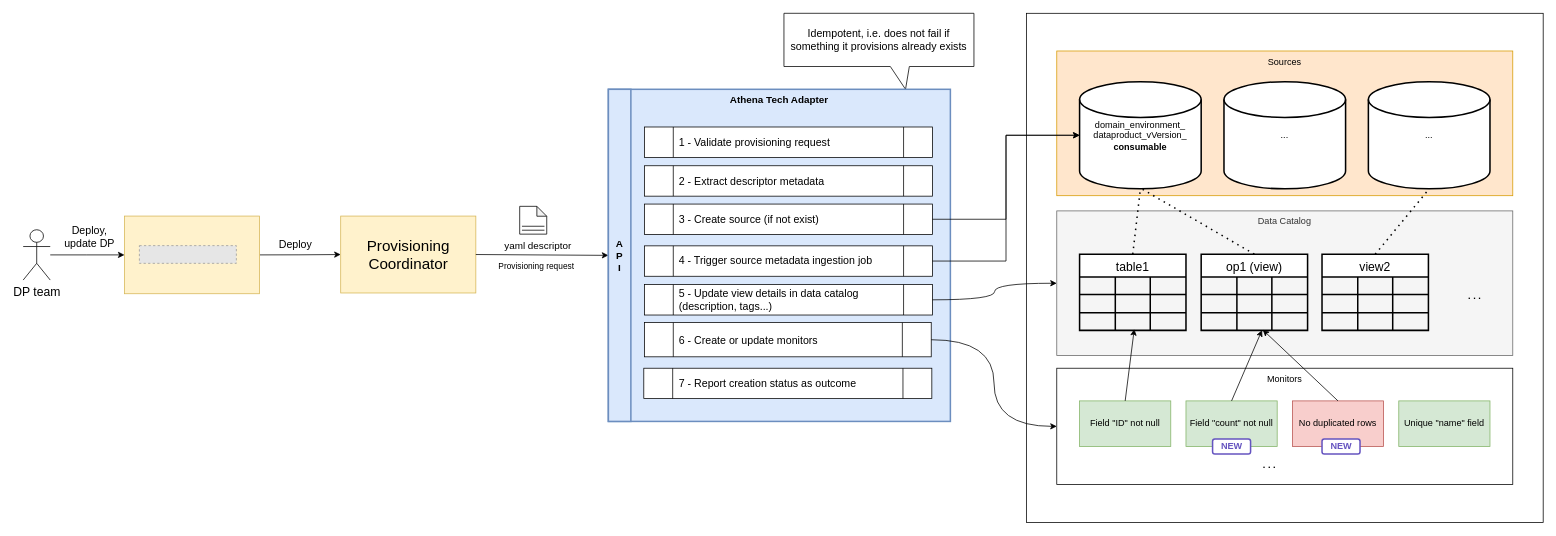
The draw.io diagram page "Provision" (1 of 2) of docs/HLD.drawio in agile-lab-dev/witboost-sifflet-tech-adapter, before the edit. Source tidied: cells renumbered, new cells numbered last; positions are measured from the earlier drawing's top-left corner, leaving out a move shared by most shapes. Both pictures are drawn from the tidied source at 76%, with x=0, y=0 at pixel (23, 13). Pictures stored in the file or linked from it are replaced by grey dashed boxes.
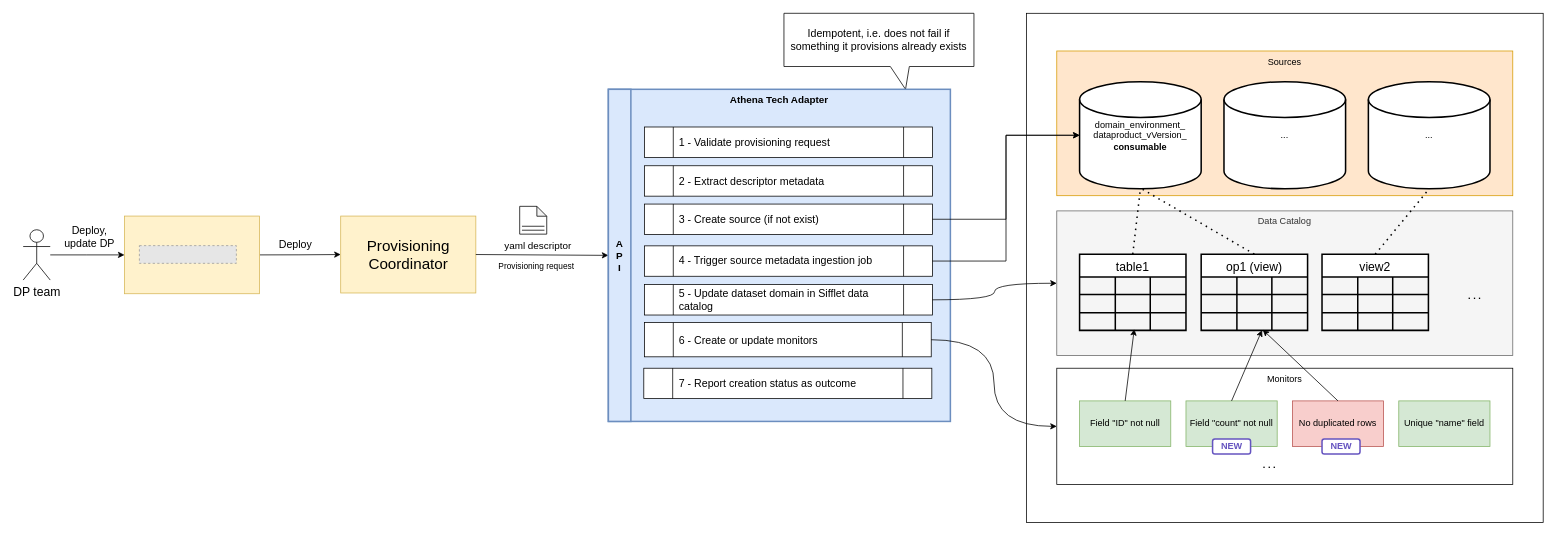
Above is the later version.

The edit, as a diff of the source:
```diff
@@
-    <mxCell id="25" value="5 - Update view details in data catalog (description, tags...)" style="shape=process;whiteSpace=wrap;html=1;backgroundOutline=1;align=left;fontSize=14;spacingLeft=6;" parent="1" vertex="1">
+    <mxCell id="25" value="5 - Update dataset domain in Sifflet data catalog" style="shape=process;whiteSpace=wrap;html=1;backgroundOutline=1;align=left;fontSize=14;spacingLeft=6;" parent="1" vertex="1">
       <mxGeometry x="817.4" y="357" width="379" height="40" as="geometry" />
     </mxCell>
```
